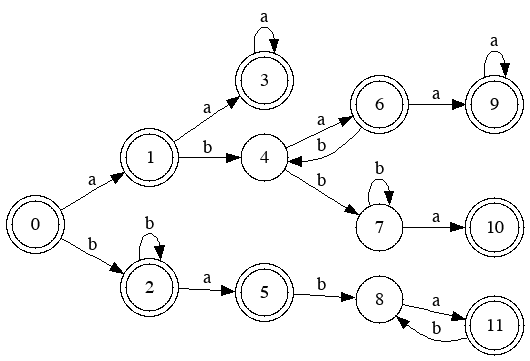
Galileo01/Compilation_principle_compiler keeps this Graphviz diagram as src/views/NFADFA/sdfa.gv.png. Above is the earlier version. Its source is kept beside it as src/views/NFADFA/sdfa.gv.
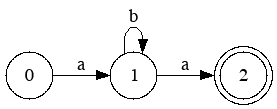
After the change.

Change to the diagram source:
```diff
@@ -1,44 +1,12 @@
 digraph "/Users/bytedance/My/编译原理/compiler/src/views/NFADFA/sdfa" {
 	rankdir=LR
 	node [shape=doublecircle]
+	2 [label=2]
+	node [shape=circle]
 	0 [label=0]
-	node [shape=doublecircle]
+	node [shape=circle]
 	1 [label=1]
-	node [shape=doublecircle]
-	3 [label=3]
-	node [shape=doublecircle]
-	2 [label=2]
-	node [shape=doublecircle]
-	5 [label=5]
-	node [shape=doublecircle]
-	10 [label=10]
-	node [shape=doublecircle]
-	11 [label=11]
-	node [shape=doublecircle]
-	6 [label=6]
-	node [shape=doublecircle]
-	9 [label=9]
-	node [shape=circle]
-	4 [label=4]
-	node [shape=circle]
-	7 [label=7]
-	node [shape=circle]
-	8 [label=8]
 	0 -> 1 [label=a]
-	0 -> 2 [label=b]
-	1 -> 3 [label=a]
-	1 -> 4 [label=b]
-	3 -> 3 [label=a]
-	2 -> 5 [label=a]
-	2 -> 2 [label=b]
-	5 -> 8 [label=b]
-	11 -> 8 [label=b]
-	6 -> 9 [label=a]
-	6 -> 4 [label=b]
-	9 -> 9 [label=a]
-	4 -> 6 [label=a]
-	4 -> 7 [label=b]
-	7 -> 10 [label=a]
-	7 -> 7 [label=b]
-	8 -> 11 [label=a]
+	1 -> 2 [label=a]
+	1 -> 1 [label=b]
 }
```
